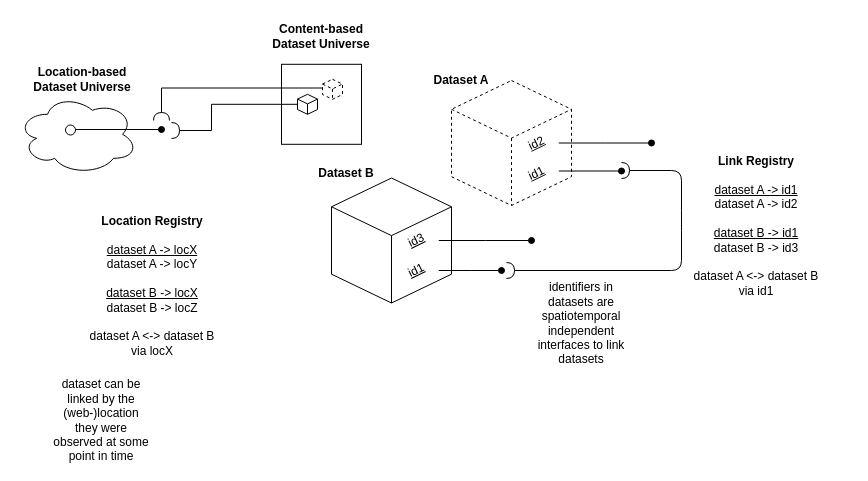
The draw.io diagram docs/registries.drawio in bio-guoda/preston, before the edit. Source tidied: cells renumbered, new cells numbered last; positions are measured from the earlier drawing's top-left corner, leaving out a move shared by most shapes. Both pictures are drawn from the tidied source at 100%, with x=0, y=0 at pixel (17, 16).
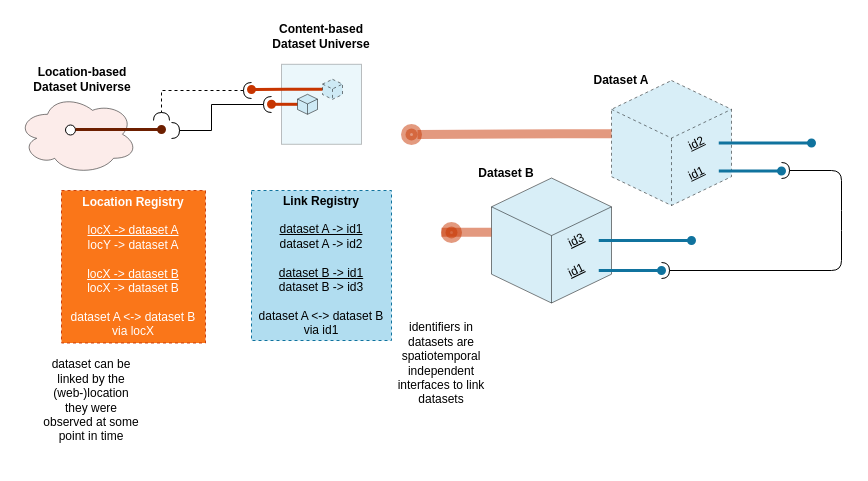
The same page after the edit.

Diff of the diagram source:
```diff
@@
-    <mxCell id="2" style="whiteSpace=wrap;html=1;shape=mxgraph.basic.isocube;isoAngle=15;" parent="1" vertex="1">
-      <mxGeometry x="314" y="161.5" width="120" height="125" as="geometry" />
-    </mxCell>
-    <mxCell id="3" style="whiteSpace=wrap;html=1;" parent="1" vertex="1">
+    <mxCell id="3" style="whiteSpace=wrap;html=1;fillColor=#b1ddf0;opacity=25;" parent="1" vertex="1">
       <mxGeometry x="264" y="47.8" width="80" height="80" as="geometry" />
     </mxCell>
@@
-    <mxCell id="5" style="edgeStyle=orthogonalEdgeStyle;rounded=0;jettySize=auto;html=1;exitX=0;exitY=0.5;exitDx=0;exitDy=0;exitPerimeter=0;startArrow=none;startFill=0;endArrow=halfCircle;endFill=0;" parent="1" edge="1" source="6">
+    <mxCell id="5" style="edgeStyle=orthogonalEdgeStyle;rounded=0;orthogonalLoop=1;jettySize=auto;html=1;startArrow=halfCircle;startFill=0;endArrow=halfCircle;endFill=0;" parent="1" edge="1">
       <mxGeometry relative="1" as="geometry">
+        <mxPoint x="254" y="88" as="sourcePoint" />
         <mxPoint x="154" y="114" as="targetPoint" />
         <Array as="points">
           <mxPoint x="194" y="88" />
           <mxPoint x="194" y="114" />
         </Array>
       </mxGeometry>
     </mxCell>
+    <mxCell id="29" style="edgeStyle=orthogonalEdgeStyle;rounded=0;jettySize=auto;html=1;exitX=0;exitY=0.5;exitDx=0;exitDy=0;exitPerimeter=0;endArrow=oval;endFill=1;fillColor=#fa6800;strokeColor=#C73500;strokeWidth=3;" parent="1" edge="1" source="6">
+      <mxGeometry relative="1" as="geometry">
+        <mxPoint x="254" y="88" as="targetPoint" />
+      </mxGeometry>
+    </mxCell>
-    <mxCell id="6" style="whiteSpace=wrap;html=1;shape=mxgraph.basic.isocube;isoAngle=15;" parent="1" vertex="1">
+    <mxCell id="6" style="whiteSpace=wrap;html=1;shape=mxgraph.basic.isocube;isoAngle=15;fillColor=#b1ddf0;opacity=50;" parent="1" vertex="1">
       <mxGeometry x="280" y="77.8" width="20" height="20" as="geometry" />
     </mxCell>
+    <mxCell id="30" style="edgeStyle=orthogonalEdgeStyle;rounded=0;jettySize=auto;html=1;exitX=0;exitY=0.5;exitDx=0;exitDy=0;exitPerimeter=0;startArrow=none;startFill=0;endArrow=oval;endFill=1;fillColor=#fa6800;strokeColor=#C73500;strokeWidth=3;" parent="1" edge="1" source="7">
+      <mxGeometry relative="1" as="geometry">
+        <mxPoint x="234" y="73" as="targetPoint" />
+      </mxGeometry>
+    </mxCell>
-    <mxCell id="7" style="whiteSpace=wrap;html=1;shape=mxgraph.basic.isocube;isoAngle=15;dashed=1;" parent="1" vertex="1">
+    <mxCell id="7" style="whiteSpace=wrap;html=1;shape=mxgraph.basic.isocube;isoAngle=15;dashed=1;opacity=50;fillColor=#b1ddf0;" parent="1" vertex="1">
       <mxGeometry x="305" y="62.8" width="20" height="20" as="geometry" />
     </mxCell>
+    <mxCell id="18" value="&lt;div&gt;&lt;b&gt;Link Registry&lt;/b&gt;&lt;/div&gt;&lt;div&gt;&lt;br&gt;&lt;/div&gt;&lt;div&gt;&lt;u&gt;dataset A -&amp;gt; id1&lt;/u&gt;&lt;/div&gt;&lt;div&gt;&lt;div&gt;dataset A -&amp;gt; id2&lt;/div&gt;&lt;div&gt;&lt;br&gt;&lt;/div&gt;&lt;div&gt;&lt;u&gt;dataset B -&amp;gt; id1&lt;/u&gt;&lt;/div&gt;&lt;div&gt;&lt;div&gt;dataset B -&amp;gt; id3&lt;/div&gt;&lt;div&gt;&lt;br&gt;&lt;/div&gt;&lt;div&gt;dataset A &amp;lt;-&amp;gt; dataset B via id1&lt;br&gt;&lt;/div&gt;&lt;/div&gt;&lt;/div&gt;" style="text;html=1;strokeColor=#10739e;fillColor=#b1ddf0;align=center;verticalAlign=middle;whiteSpace=wrap;rounded=0;dashed=1;" parent="1" vertex="1">
+      <mxGeometry x="234" y="174" width="140" height="150" as="geometry" />
+    </mxCell>
+    <mxCell id="22" style="ellipse;shape=cloud;whiteSpace=wrap;html=1;fillColor=#fad9d5;opacity=50;" parent="1" vertex="1">
+      <mxGeometry y="77.8" width="120" height="80" as="geometry" />
+    </mxCell>
+    <mxCell id="23" value="&lt;div&gt;&lt;b&gt;Location-based &lt;br&gt;&lt;/b&gt;&lt;/div&gt;&lt;div&gt;&lt;b&gt;Dataset Universe&lt;br&gt;&lt;/b&gt;&lt;/div&gt;" style="text;html=1;strokeColor=none;fillColor=none;align=center;verticalAlign=middle;whiteSpace=wrap;rounded=0;" parent="1" vertex="1">
+      <mxGeometry x="10" y="47.8" width="110" height="30" as="geometry" />
+    </mxCell>
+    <mxCell id="24" style="ellipse;whiteSpace=wrap;html=1;" parent="1" vertex="1">
+      <mxGeometry x="48" y="108.5" width="10" height="10" as="geometry" />
+    </mxCell>
+    <mxCell id="25" value="&lt;div&gt;&lt;b&gt;Location Registry&lt;/b&gt;&lt;/div&gt;&lt;div&gt;&lt;br&gt;&lt;/div&gt;&lt;div&gt;&lt;u&gt;locX -&amp;gt; dataset A&lt;/u&gt;&lt;/div&gt;&lt;div&gt;&lt;div&gt;locY -&amp;gt; dataset A&lt;/div&gt;&lt;div&gt;&lt;br&gt;&lt;/div&gt;&lt;div&gt;&lt;u&gt;locX -&amp;gt; dataset B&lt;/u&gt;&lt;/div&gt;&lt;div&gt;&lt;div&gt;locX -&amp;gt; dataset B&lt;/div&gt;&lt;div&gt;&lt;br&gt;&lt;/div&gt;&lt;div&gt;dataset A &amp;lt;-&amp;gt; dataset B via locX&lt;br&gt;&lt;/div&gt;&lt;/div&gt;&lt;/div&gt;" style="text;html=1;strokeColor=#C73500;fillColor=#fa6800;align=center;verticalAlign=middle;whiteSpace=wrap;rounded=0;dashed=1;fontColor=#ffffff;opacity=90;" parent="1" vertex="1">
+      <mxGeometry x="44" y="174" width="144" height="152.5" as="geometry" />
+    </mxCell>
+    <mxCell id="26" style="edgeStyle=orthogonalEdgeStyle;rounded=0;orthogonalLoop=1;jettySize=auto;html=1;endArrow=oval;endFill=1;strokeWidth=3;fillColor=#a0522d;strokeColor=#6D1F00;" parent="1" edge="1">
+      <mxGeometry relative="1" as="geometry">
+        <mxPoint x="58" y="113" as="sourcePoint" />
+        <mxPoint x="144" y="113" as="targetPoint" />
+      </mxGeometry>
+    </mxCell>
+    <mxCell id="27" style="edgeStyle=orthogonalEdgeStyle;rounded=0;orthogonalLoop=1;jettySize=auto;html=1;startArrow=halfCircle;startFill=0;endArrow=halfCircle;endFill=0;dashed=1;" parent="1" edge="1">
+      <mxGeometry relative="1" as="geometry">
+        <mxPoint x="234" y="74" as="sourcePoint" />
+        <mxPoint x="144" y="104" as="targetPoint" />
+        <Array as="points">
+          <mxPoint x="144" y="74" />
+        </Array>
+      </mxGeometry>
+    </mxCell>
+    <mxCell id="28" value="dataset can be linked by the (web-)location they were observed at some point in time" style="text;html=1;strokeColor=none;fillColor=none;align=center;verticalAlign=middle;whiteSpace=wrap;rounded=0;" parent="1" vertex="1">
+      <mxGeometry x="24" y="364" width="100" height="40" as="geometry" />
+    </mxCell>
+    <mxCell id="2" style="whiteSpace=wrap;html=1;shape=mxgraph.basic.isocube;isoAngle=15;fillColor=#b1ddf0;opacity=50;" parent="1" vertex="1">
+      <mxGeometry x="474" y="161.5" width="120" height="125" as="geometry" />
+    </mxCell>
-    <mxCell id="8" style="edgeStyle=orthogonalEdgeStyle;rounded=0;jettySize=auto;html=1;endArrow=oval;endFill=1;" parent="1" edge="1" source="9">
-      <mxGeometry relative="1" as="geometry">
-        <mxPoint x="484" y="254" as="targetPoint" />
+    <mxCell id="8" style="edgeStyle=orthogonalEdgeStyle;rounded=0;jettySize=auto;html=1;endArrow=oval;endFill=1;fillColor=#b1ddf0;strokeColor=#10739e;strokeWidth=3;" parent="1" edge="1" source="9">
+      <mxGeometry x="430" y="60" as="geometry">
+        <mxPoint x="644" y="254" as="targetPoint" />
       </mxGeometry>
     </mxCell>
     <mxCell id="9" value="&lt;u&gt;id1&lt;/u&gt;" style="text;html=1;align=center;verticalAlign=middle;whiteSpace=wrap;rounded=0;rotation=334;" parent="1" vertex="1">
-      <mxGeometry x="379" y="244" width="40" height="20" as="geometry" />
+      <mxGeometry x="539" y="244" width="40" height="20" as="geometry" />
     </mxCell>
-    <mxCell id="10" style="edgeStyle=orthogonalEdgeStyle;rounded=0;jettySize=auto;html=1;endArrow=oval;endFill=1;" parent="1" edge="1" source="11">
-      <mxGeometry relative="1" as="geometry">
-        <mxPoint x="514" y="224" as="targetPoint" />
+    <mxCell id="10" style="edgeStyle=orthogonalEdgeStyle;rounded=0;jettySize=auto;html=1;endArrow=oval;endFill=1;fillColor=#b1ddf0;strokeColor=#10739e;strokeWidth=3;" parent="1" edge="1" source="11">
+      <mxGeometry x="430" y="60" as="geometry">
+        <mxPoint x="674" y="224" as="targetPoint" />
       </mxGeometry>
     </mxCell>
     <mxCell id="11" value="&lt;u&gt;id3&lt;/u&gt;" style="text;html=1;strokeColor=none;fillColor=none;align=center;verticalAlign=middle;whiteSpace=wrap;rounded=0;rotation=334;" parent="1" vertex="1">
-      <mxGeometry x="379" y="214" width="40" height="20" as="geometry" />
+      <mxGeometry x="539" y="214" width="40" height="20" as="geometry" />
     </mxCell>
-    <mxCell id="12" style="whiteSpace=wrap;html=1;shape=mxgraph.basic.isocube;isoAngle=15;dashed=1;" parent="1" vertex="1">
-      <mxGeometry x="434" y="64" width="120" height="125" as="geometry" />
+    <mxCell id="12" style="whiteSpace=wrap;html=1;shape=mxgraph.basic.isocube;isoAngle=15;dashed=1;fillColor=#b1ddf0;opacity=50;" parent="1" vertex="1">
+      <mxGeometry x="594" y="64" width="120" height="125" as="geometry" />
     </mxCell>
-    <mxCell id="13" style="edgeStyle=orthogonalEdgeStyle;rounded=0;orthogonalLoop=1;jettySize=auto;html=1;endArrow=oval;endFill=1;" parent="1" edge="1">
-      <mxGeometry relative="1" as="geometry">
-        <mxPoint x="541.3" y="154.5" as="sourcePoint" />
-        <mxPoint x="604" y="154.5" as="targetPoint" />
+    <mxCell id="13" style="edgeStyle=orthogonalEdgeStyle;rounded=0;orthogonalLoop=1;jettySize=auto;html=1;endArrow=oval;endFill=1;fillColor=#b1ddf0;strokeColor=#10739e;strokeWidth=3;" parent="1" edge="1">
+      <mxGeometry x="430" y="60" as="geometry">
+        <mxPoint x="701.3" y="154.5" as="sourcePoint" />
+        <mxPoint x="764" y="154.5" as="targetPoint" />
       </mxGeometry>
     </mxCell>
     <mxCell id="14" value="&lt;u&gt;id1&lt;/u&gt;" style="text;html=1;align=center;verticalAlign=middle;whiteSpace=wrap;rounded=0;rotation=334;" parent="1" vertex="1">
-      <mxGeometry x="499" y="146.5" width="40" height="20" as="geometry" />
+      <mxGeometry x="659" y="146.5" width="40" height="20" as="geometry" />
     </mxCell>
-    <mxCell id="15" style="edgeStyle=orthogonalEdgeStyle;rounded=0;jettySize=auto;html=1;endArrow=oval;endFill=1;" parent="1" edge="1" source="16">
-      <mxGeometry relative="1" as="geometry">
-        <mxPoint x="634" y="126.5" as="targetPoint" />
+    <mxCell id="15" style="edgeStyle=orthogonalEdgeStyle;rounded=0;jettySize=auto;html=1;endArrow=oval;endFill=1;fillColor=#b1ddf0;strokeColor=#10739e;strokeWidth=3;" parent="1" edge="1" source="16">
+      <mxGeometry x="430" y="60" as="geometry">
+        <mxPoint x="794" y="126.5" as="targetPoint" />
       </mxGeometry>
     </mxCell>
     <mxCell id="16" value="&lt;u&gt;id2&lt;/u&gt;" style="text;html=1;strokeColor=none;fillColor=none;align=center;verticalAlign=middle;whiteSpace=wrap;rounded=0;rotation=334;" parent="1" vertex="1">
-      <mxGeometry x="499" y="116.5" width="40" height="20" as="geometry" />
+      <mxGeometry x="659" y="116.5" width="40" height="20" as="geometry" />
     </mxCell>
     <mxCell id="17" value="identifiers in datasets are spatiotemporal independent interfaces to link datasets" style="text;html=1;strokeColor=none;fillColor=none;align=center;verticalAlign=middle;whiteSpace=wrap;rounded=0;" parent="1" vertex="1">
-      <mxGeometry x="514" y="286.5" width="100" height="40" as="geometry" />
+      <mxGeometry x="374" y="326.5" width="100" height="40" as="geometry" />
     </mxCell>
-    <mxCell id="18" value="&lt;div&gt;&lt;b&gt;Link Registry&lt;/b&gt;&lt;/div&gt;&lt;div&gt;&lt;br&gt;&lt;/div&gt;&lt;div&gt;&lt;u&gt;dataset A -&amp;gt; id1&lt;/u&gt;&lt;/div&gt;&lt;div&gt;&lt;div&gt;dataset A -&amp;gt; id2&lt;/div&gt;&lt;div&gt;&lt;br&gt;&lt;/div&gt;&lt;div&gt;&lt;u&gt;dataset B -&amp;gt; id1&lt;/u&gt;&lt;/div&gt;&lt;div&gt;&lt;div&gt;dataset B -&amp;gt; id3&lt;/div&gt;&lt;div&gt;&lt;br&gt;&lt;/div&gt;&lt;div&gt;dataset A &amp;lt;-&amp;gt; dataset B via id1&lt;br&gt;&lt;/div&gt;&lt;/div&gt;&lt;div&gt;&lt;br&gt;&lt;br&gt;&lt;/div&gt;&lt;/div&gt;" style="text;html=1;strokeColor=none;fillColor=none;align=center;verticalAlign=middle;whiteSpace=wrap;rounded=0;dashed=1;" parent="1" vertex="1">
-      <mxGeometry x="674" y="214" width="130" height="20" as="geometry" />
-    </mxCell>
     <mxCell id="19" style="endArrow=halfCircle;startArrow=halfCircle;html=1;startFill=0;endFill=0;" parent="1" edge="1">
-      <mxGeometry relative="1" as="geometry">
-        <mxPoint x="489" y="254" as="sourcePoint" />
-        <mxPoint x="604" y="154" as="targetPoint" />
+      <mxGeometry x="430" y="60" as="geometry">
+        <mxPoint x="644" y="254" as="sourcePoint" />
+        <mxPoint x="764" y="154" as="targetPoint" />
         <Array as="points">
-          <mxPoint x="664" y="254" />
-          <mxPoint x="664" y="204" />
-          <mxPoint x="664" y="154" />
+          <mxPoint x="824" y="254" />
+          <mxPoint x="824" y="204" />
+          <mxPoint x="824" y="154" />
         </Array>
       </mxGeometry>
     </mxCell>
     <mxCell id="20" value="&lt;b&gt;Dataset A&lt;/b&gt;" style="text;html=1;strokeColor=none;fillColor=none;align=center;verticalAlign=middle;whiteSpace=wrap;rounded=0;dashed=1;" parent="1" vertex="1">
-      <mxGeometry x="409" y="54" width="70" height="20" as="geometry" />
+      <mxGeometry x="569" y="54" width="70" height="20" as="geometry" />
     </mxCell>
     <mxCell id="21" value="&lt;b&gt;Dataset B&lt;/b&gt;" style="text;html=1;strokeColor=none;fillColor=none;align=center;verticalAlign=middle;whiteSpace=wrap;rounded=0;dashed=1;" parent="1" vertex="1">
-      <mxGeometry x="294" y="146.5" width="70" height="20" as="geometry" />
+      <mxGeometry x="454" y="146.5" width="70" height="20" as="geometry" />
     </mxCell>
-    <mxCell id="22" style="ellipse;shape=cloud;whiteSpace=wrap;html=1;" parent="1" vertex="1">
-      <mxGeometry y="77.8" width="120" height="80" as="geometry" />
-    </mxCell>
-    <mxCell id="23" value="&lt;div&gt;&lt;b&gt;Location-based &lt;br&gt;&lt;/b&gt;&lt;/div&gt;&lt;div&gt;&lt;b&gt;Dataset Universe&lt;br&gt;&lt;/b&gt;&lt;/div&gt;" style="text;html=1;strokeColor=none;fillColor=none;align=center;verticalAlign=middle;whiteSpace=wrap;rounded=0;" parent="1" vertex="1">
-      <mxGeometry x="10" y="47.8" width="110" height="30" as="geometry" />
-    </mxCell>
-    <mxCell id="24" style="ellipse;whiteSpace=wrap;html=1;" parent="1" vertex="1">
-      <mxGeometry x="48" y="108.5" width="10" height="10" as="geometry" />
-    </mxCell>
-    <mxCell id="25" value="&lt;div&gt;&lt;b&gt;Location Registry&lt;/b&gt;&lt;/div&gt;&lt;div&gt;&lt;br&gt;&lt;/div&gt;&lt;div&gt;&lt;u&gt;dataset A -&amp;gt; locX&lt;/u&gt;&lt;/div&gt;&lt;div&gt;&lt;div&gt;dataset A -&amp;gt; locY&lt;/div&gt;&lt;div&gt;&lt;br&gt;&lt;/div&gt;&lt;div&gt;&lt;u&gt;dataset B -&amp;gt; locX&lt;/u&gt;&lt;/div&gt;&lt;div&gt;&lt;div&gt;dataset B -&amp;gt; locZ&lt;/div&gt;&lt;div&gt;&lt;br&gt;&lt;/div&gt;&lt;div&gt;dataset A &amp;lt;-&amp;gt; dataset B via locX&lt;br&gt;&lt;/div&gt;&lt;/div&gt;&lt;div&gt;&lt;br&gt;&lt;br&gt;&lt;/div&gt;&lt;/div&gt;" style="text;html=1;strokeColor=none;fillColor=none;align=center;verticalAlign=middle;whiteSpace=wrap;rounded=0;dashed=1;" parent="1" vertex="1">
-      <mxGeometry x="70" y="274" width="130" height="20" as="geometry" />
-    </mxCell>
-    <mxCell id="26" style="edgeStyle=orthogonalEdgeStyle;rounded=0;orthogonalLoop=1;jettySize=auto;html=1;endArrow=oval;endFill=1;" parent="1" edge="1">
-      <mxGeometry relative="1" as="geometry">
-        <mxPoint x="58" y="113" as="sourcePoint" />
-        <mxPoint x="144" y="113" as="targetPoint" />
-      </mxGeometry>
-    </mxCell>
-    <mxCell id="27" style="edgeStyle=orthogonalEdgeStyle;rounded=0;orthogonalLoop=1;jettySize=auto;html=1;exitX=0;exitY=0.5;exitDx=0;exitDy=0;exitPerimeter=0;startArrow=none;startFill=0;endArrow=halfCircle;endFill=0;" parent="1" edge="1">
-      <mxGeometry relative="1" as="geometry">
-        <mxPoint x="305" y="71.5" as="sourcePoint" />
-        <mxPoint x="144" y="104" as="targetPoint" />
-        <Array as="points">
-          <mxPoint x="144" y="72" />
-          <mxPoint x="144" y="104" />
-        </Array>
-      </mxGeometry>
-    </mxCell>
-    <mxCell id="28" value="dataset can be linked by the (web-)location they were observed at some point in time" style="text;html=1;strokeColor=none;fillColor=none;align=center;verticalAlign=middle;whiteSpace=wrap;rounded=0;" parent="1" vertex="1">
-      <mxGeometry x="34" y="384" width="100" height="40" as="geometry" />
-    </mxCell>
+    <mxCell id="31" style="edgeStyle=orthogonalEdgeStyle;rounded=0;orthogonalLoop=1;jettySize=auto;html=1;exitX=0;exitY=0.5;exitDx=0;exitDy=0;exitPerimeter=0;startArrow=none;startFill=0;endArrow=oval;endFill=1;fillColor=#fa6800;strokeColor=#C73500;strokeWidth=9;endSize=12;startSize=12;opacity=50;" parent="1" edge="1">
+      <mxGeometry x="430" y="60" as="geometry">
+        <mxPoint x="474" y="215.7" as="sourcePoint" />
+        <mxPoint x="434" y="216" as="targetPoint" />
+        <Array as="points">
+          <mxPoint x="424" y="216" />
+          <mxPoint x="424" y="216" />
+        </Array>
+      </mxGeometry>
+    </mxCell>
+    <mxCell id="32" style="edgeStyle=orthogonalEdgeStyle;rounded=0;orthogonalLoop=1;jettySize=auto;html=1;exitX=0;exitY=0.5;exitDx=0;exitDy=0;exitPerimeter=0;startArrow=none;startFill=0;endArrow=oval;endFill=1;fillColor=#fa6800;strokeColor=#C73500;strokeWidth=9;endSize=12;startSize=12;shadow=0;opacity=50;" parent="1" edge="1">
+      <mxGeometry x="430" y="60" as="geometry">
+        <mxPoint x="594" y="117.3" as="sourcePoint" />
+        <mxPoint x="394" y="118" as="targetPoint" />
+        <Array as="points">
+          <mxPoint x="544" y="117.6" />
+          <mxPoint x="544" y="117.6" />
+        </Array>
+      </mxGeometry>
+    </mxCell>
```
